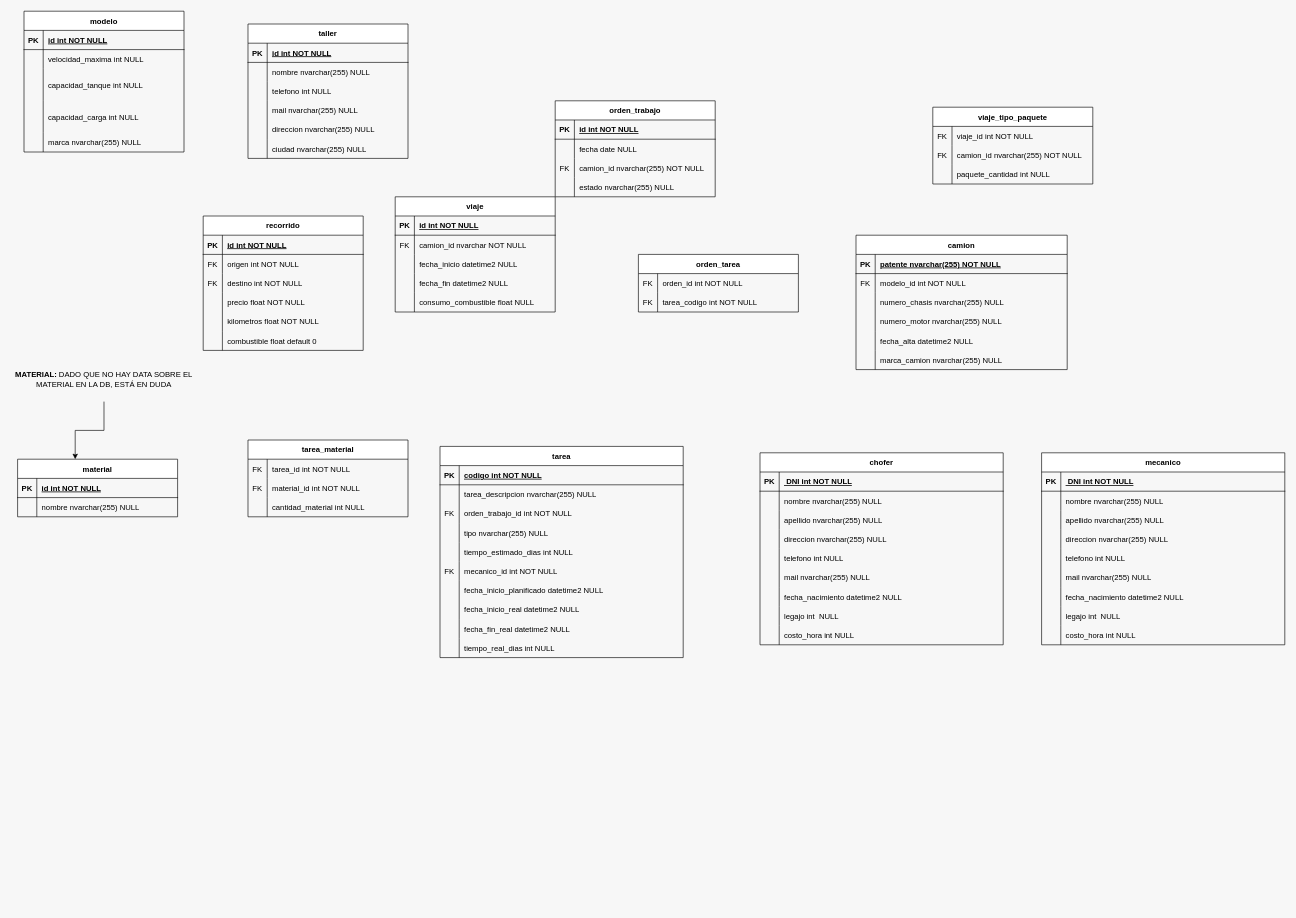
Above: page "DER" (2 of 2) of DER.drawio in Nan0t/GDD-2021-2C (draw.io), before the change. Source tidied: cells renumbered, new cells numbered last; positions are measured from the earlier drawing's top-left corner, leaving out a move shared by most shapes. Both pictures are drawn from the tidied source at 64%, with x=0, y=0 at pixel (11, 11).
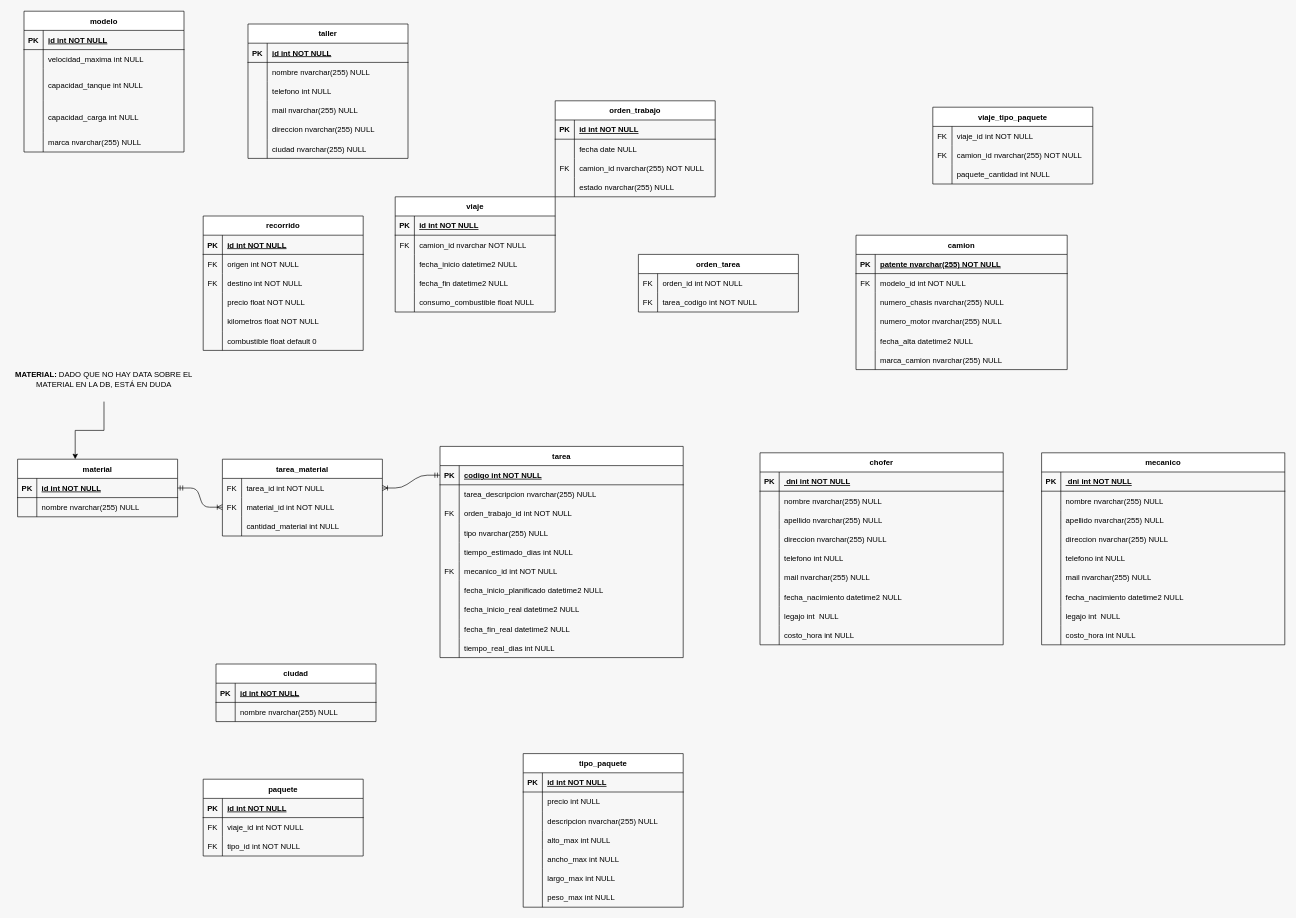
Above is the later version.

Commit message:
todas las entidades

Unchanged cells that the change refers to:
```xml
<mxCell id="32" style="shape=partialRectangle;fillColor=none;points=[[0,0.5],[1,0.5]];portConstraint=eastwest;top=0;left=0;right=0;bottom=1;" parent="31" vertex="1">
  <mxGeometry y="30" width="380" height="30" as="geometry" />
</mxCell>
<mxCell id="63" style="shape=partialRectangle;fillColor=none;points=[[0,0.5],[1,0.5]];portConstraint=eastwest;top=0;left=0;right=0;bottom=1;" parent="62" vertex="1">
  <mxGeometry y="30" width="250" height="30" as="geometry" />
</mxCell>
<mxCell id="72" style="shape=partialRectangle;fillColor=none;points=[[0,0.5],[1,0.5]];portConstraint=eastwest;top=0;left=0;right=0;bottom=0;" parent="71" vertex="1">
  <mxGeometry y="30" width="250" height="30" as="geometry" />
</mxCell>
<mxCell id="75" style="shape=partialRectangle;fillColor=none;points=[[0,0.5],[1,0.5]];portConstraint=eastwest;top=0;left=0;right=0;bottom=0;" parent="71" vertex="1">
  <mxGeometry y="60" width="250" height="30" as="geometry" />
</mxCell>
<mxCell id="172" style="shape=partialRectangle;fillColor=none;top=0;left=0;right=0;bottom=1;" parent="171" vertex="1">
  <mxGeometry y="30" width="380" height="30" as="geometry" />
</mxCell>
<mxCell id="200" style="shape=partialRectangle;fillColor=none;top=0;left=0;right=0;bottom=1;" parent="199" vertex="1">
  <mxGeometry y="30" width="380" height="30" as="geometry" />
</mxCell>
```

What changed in the source:
```diff
@@
     <mxCell id="71" value="tarea_material" style="shape=table;startSize=30;childLayout=tableLayout;rowLines=0;fontStyle=1;align=center;" parent="1" vertex="1">
-      <mxGeometry x="370" y="670" width="250" height="120" as="geometry" />
+      <mxGeometry x="330" y="700" width="250" height="120" as="geometry" />
     </mxCell>
@@
-    <mxCell id="174" value=" DNI int NOT NULL" style="shape=partialRectangle;overflow=hidden;fillColor=none;top=0;left=0;bottom=0;right=0;align=left;spacingLeft=6;fontStyle=5;" parent="172" vertex="1">
+    <mxCell id="174" value=" dni int NOT NULL" style="shape=partialRectangle;overflow=hidden;fillColor=none;top=0;left=0;bottom=0;right=0;align=left;spacingLeft=6;fontStyle=5;" parent="172" vertex="1">
       <mxGeometry x="30" width="350" height="30" as="geometry" />
     </mxCell>
@@
-    <mxCell id="202" value=" DNI int NOT NULL" style="shape=partialRectangle;overflow=hidden;fillColor=none;top=0;left=0;bottom=0;right=0;align=left;spacingLeft=6;fontStyle=5;" parent="200" vertex="1">
+    <mxCell id="202" value=" dni int NOT NULL" style="shape=partialRectangle;overflow=hidden;fillColor=none;top=0;left=0;bottom=0;right=0;align=left;spacingLeft=6;fontStyle=5;" parent="200" vertex="1">
       <mxGeometry x="30" width="350" height="30" as="geometry" />
     </mxCell>
@@
+    <mxCell id="227" style="edgeStyle=entityRelationEdgeStyle;fontSize=12;html=1;endArrow=ERoneToMany;startArrow=ERmandOne;exitX=0;exitY=0.5;exitDx=0;exitDy=0;" parent="1" edge="1" source="32" target="72">
+      <mxGeometry relative="1" as="geometry" />
+    </mxCell>
+    <mxCell id="228" style="edgeStyle=entityRelationEdgeStyle;fontSize=12;html=1;endArrow=ERoneToMany;startArrow=ERmandOne;exitX=1;exitY=0.5;exitDx=0;exitDy=0;entryX=0;entryY=0.5;entryDx=0;entryDy=0;" parent="1" edge="1" source="63" target="75">
+      <mxGeometry relative="1" as="geometry" />
+    </mxCell>
+    <mxCell id="229" value="ciudad" style="shape=table;startSize=30;childLayout=tableLayout;rowLines=0;fontStyle=1;align=center;" parent="1" vertex="1">
+      <mxGeometry x="320" y="1020" width="250" height="90" as="geometry" />
+    </mxCell>
+    <mxCell id="230" style="shape=partialRectangle;fillColor=none;top=0;left=0;right=0;bottom=1;" parent="229" vertex="1">
+      <mxGeometry y="30" width="250" height="30" as="geometry" />
+    </mxCell>
+    <mxCell id="231" value="PK" style="shape=partialRectangle;overflow=hidden;fillColor=none;top=0;left=0;bottom=0;right=0;fontStyle=1;" parent="230" vertex="1">
+      <mxGeometry width="30" height="30" as="geometry" />
+    </mxCell>
+    <mxCell id="232" value="id int NOT NULL" style="shape=partialRectangle;overflow=hidden;fillColor=none;top=0;left=0;bottom=0;right=0;align=left;spacingLeft=6;fontStyle=5;" parent="230" vertex="1">
+      <mxGeometry x="30" width="220" height="30" as="geometry" />
+    </mxCell>
+    <mxCell id="233" style="shape=partialRectangle;fillColor=none;top=0;left=0;right=0;bottom=0;" parent="229" vertex="1">
+      <mxGeometry y="60" width="250" height="30" as="geometry" />
+    </mxCell>
+    <mxCell id="234" style="shape=partialRectangle;overflow=hidden;fillColor=none;top=0;left=0;bottom=0;right=0;" parent="233" vertex="1">
+      <mxGeometry width="30" height="30" as="geometry" />
+    </mxCell>
+    <mxCell id="235" value="nombre nvarchar(255) NULL" style="shape=partialRectangle;overflow=hidden;fillColor=none;top=0;left=0;bottom=0;right=0;align=left;spacingLeft=6;" parent="233" vertex="1">
+      <mxGeometry x="30" width="220" height="30" as="geometry" />
+    </mxCell>
+    <mxCell id="236" value="paquete" style="shape=table;startSize=30;childLayout=tableLayout;rowLines=0;fontStyle=1;align=center;" parent="1" vertex="1">
+      <mxGeometry x="300" y="1200" width="250" height="120" as="geometry" />
+    </mxCell>
+    <mxCell id="237" style="shape=partialRectangle;fillColor=none;top=0;left=0;right=0;bottom=1;" parent="236" vertex="1">
+      <mxGeometry y="30" width="250" height="30" as="geometry" />
+    </mxCell>
+    <mxCell id="238" value="PK" style="shape=partialRectangle;overflow=hidden;fillColor=none;top=0;left=0;bottom=0;right=0;fontStyle=1;" parent="237" vertex="1">
+      <mxGeometry width="30" height="30" as="geometry" />
+    </mxCell>
+    <mxCell id="239" value="id int NOT NULL" style="shape=partialRectangle;overflow=hidden;fillColor=none;top=0;left=0;bottom=0;right=0;align=left;spacingLeft=6;fontStyle=5;" parent="237" vertex="1">
+      <mxGeometry x="30" width="220" height="30" as="geometry" />
+    </mxCell>
+    <mxCell id="240" style="shape=partialRectangle;fillColor=none;top=0;left=0;right=0;bottom=0;" parent="236" vertex="1">
+      <mxGeometry y="60" width="250" height="30" as="geometry" />
+    </mxCell>
+    <mxCell id="241" value="FK" style="shape=partialRectangle;overflow=hidden;fillColor=none;top=0;left=0;bottom=0;right=0;" parent="240" vertex="1">
+      <mxGeometry width="30" height="30" as="geometry" />
+    </mxCell>
+    <mxCell id="242" value="viaje_id int NOT NULL" style="shape=partialRectangle;overflow=hidden;fillColor=none;top=0;left=0;bottom=0;right=0;align=left;spacingLeft=6;" parent="240" vertex="1">
+      <mxGeometry x="30" width="220" height="30" as="geometry" />
+    </mxCell>
+    <mxCell id="243" style="shape=partialRectangle;fillColor=none;top=0;left=0;right=0;bottom=0;" parent="236" vertex="1">
+      <mxGeometry y="90" width="250" height="30" as="geometry" />
+    </mxCell>
+    <mxCell id="244" value="FK" style="shape=partialRectangle;overflow=hidden;fillColor=none;top=0;left=0;bottom=0;right=0;" parent="243" vertex="1">
+      <mxGeometry width="30" height="30" as="geometry" />
+    </mxCell>
+    <mxCell id="245" value="tipo_id int NOT NULL" style="shape=partialRectangle;overflow=hidden;fillColor=none;top=0;left=0;bottom=0;right=0;align=left;spacingLeft=6;" parent="243" vertex="1">
+      <mxGeometry x="30" width="220" height="30" as="geometry" />
+    </mxCell>
+    <mxCell id="246" value="tipo_paquete" style="shape=table;startSize=30;childLayout=tableLayout;rowLines=0;fontStyle=1;align=center;" parent="1" vertex="1">
+      <mxGeometry x="800" y="1160" width="250" height="240" as="geometry" />
+    </mxCell>
+    <mxCell id="247" style="shape=partialRectangle;fillColor=none;top=0;left=0;right=0;bottom=1;" parent="246" vertex="1">
+      <mxGeometry y="30" width="250" height="30" as="geometry" />
+    </mxCell>
+    <mxCell id="248" value="PK" style="shape=partialRectangle;overflow=hidden;fillColor=none;top=0;left=0;bottom=0;right=0;fontStyle=1;" parent="247" vertex="1">
+      <mxGeometry width="30" height="30" as="geometry" />
+    </mxCell>
+    <mxCell id="249" value="id int NOT NULL" style="shape=partialRectangle;overflow=hidden;fillColor=none;top=0;left=0;bottom=0;right=0;align=left;spacingLeft=6;fontStyle=5;" parent="247" vertex="1">
+      <mxGeometry x="30" width="220" height="30" as="geometry" />
+    </mxCell>
+    <mxCell id="250" style="shape=partialRectangle;fillColor=none;top=0;left=0;right=0;bottom=0;" parent="246" vertex="1">
+      <mxGeometry y="60" width="250" height="30" as="geometry" />
+    </mxCell>
+    <mxCell id="251" style="shape=partialRectangle;overflow=hidden;fillColor=none;top=0;left=0;bottom=0;right=0;" parent="250" vertex="1">
+      <mxGeometry width="30" height="30" as="geometry" />
+    </mxCell>
+    <mxCell id="252" value="precio int NULL" style="shape=partialRectangle;overflow=hidden;fillColor=none;top=0;left=0;bottom=0;right=0;align=left;spacingLeft=6;" parent="250" vertex="1">
+      <mxGeometry x="30" width="220" height="30" as="geometry" />
+    </mxCell>
+    <mxCell id="253" style="shape=partialRectangle;fillColor=none;top=0;left=0;right=0;bottom=0;" parent="246" vertex="1">
+      <mxGeometry y="90" width="250" height="30" as="geometry" />
+    </mxCell>
+    <mxCell id="254" style="shape=partialRectangle;overflow=hidden;fillColor=none;top=0;left=0;bottom=0;right=0;" parent="253" vertex="1">
+      <mxGeometry width="30" height="30" as="geometry" />
+    </mxCell>
+    <mxCell id="255" value="descripcion nvarchar(255) NULL" style="shape=partialRectangle;overflow=hidden;fillColor=none;top=0;left=0;bottom=0;right=0;align=left;spacingLeft=6;" parent="253" vertex="1">
+      <mxGeometry x="30" width="220" height="30" as="geometry" />
+    </mxCell>
+    <mxCell id="256" style="shape=partialRectangle;fillColor=none;top=0;left=0;right=0;bottom=0;" parent="246" vertex="1">
+      <mxGeometry y="120" width="250" height="30" as="geometry" />
+    </mxCell>
+    <mxCell id="257" style="shape=partialRectangle;overflow=hidden;fillColor=none;top=0;left=0;bottom=0;right=0;" parent="256" vertex="1">
+      <mxGeometry width="30" height="30" as="geometry" />
+    </mxCell>
+    <mxCell id="258" value="alto_max int NULL" style="shape=partialRectangle;overflow=hidden;fillColor=none;top=0;left=0;bottom=0;right=0;align=left;spacingLeft=6;" parent="256" vertex="1">
+      <mxGeometry x="30" width="220" height="30" as="geometry" />
+    </mxCell>
+    <mxCell id="259" style="shape=partialRectangle;fillColor=none;top=0;left=0;right=0;bottom=0;" parent="246" vertex="1">
+      <mxGeometry y="150" width="250" height="30" as="geometry" />
+    </mxCell>
+    <mxCell id="260" style="shape=partialRectangle;overflow=hidden;fillColor=none;top=0;left=0;bottom=0;right=0;" parent="259" vertex="1">
+      <mxGeometry width="30" height="30" as="geometry" />
+    </mxCell>
+    <mxCell id="261" value="ancho_max int NULL" style="shape=partialRectangle;overflow=hidden;fillColor=none;top=0;left=0;bottom=0;right=0;align=left;spacingLeft=6;" parent="259" vertex="1">
+      <mxGeometry x="30" width="220" height="30" as="geometry" />
+    </mxCell>
+    <mxCell id="262" style="shape=partialRectangle;fillColor=none;top=0;left=0;right=0;bottom=0;" parent="246" vertex="1">
+      <mxGeometry y="180" width="250" height="30" as="geometry" />
+    </mxCell>
+    <mxCell id="263" style="shape=partialRectangle;overflow=hidden;fillColor=none;top=0;left=0;bottom=0;right=0;" parent="262" vertex="1">
+      <mxGeometry width="30" height="30" as="geometry" />
+    </mxCell>
+    <mxCell id="264" value="largo_max int NULL" style="shape=partialRectangle;overflow=hidden;fillColor=none;top=0;left=0;bottom=0;right=0;align=left;spacingLeft=6;" parent="262" vertex="1">
+      <mxGeometry x="30" width="220" height="30" as="geometry" />
+    </mxCell>
+    <mxCell id="265" style="shape=partialRectangle;fillColor=none;top=0;left=0;right=0;bottom=0;" parent="246" vertex="1">
+      <mxGeometry y="210" width="250" height="30" as="geometry" />
+    </mxCell>
+    <mxCell id="266" style="shape=partialRectangle;overflow=hidden;fillColor=none;top=0;left=0;bottom=0;right=0;" parent="265" vertex="1">
+      <mxGeometry width="30" height="30" as="geometry" />
+    </mxCell>
+    <mxCell id="267" value="peso_max int NULL" style="shape=partialRectangle;overflow=hidden;fillColor=none;top=0;left=0;bottom=0;right=0;align=left;spacingLeft=6;" parent="265" vertex="1">
+      <mxGeometry x="30" width="220" height="30" as="geometry" />
+    </mxCell>
```
